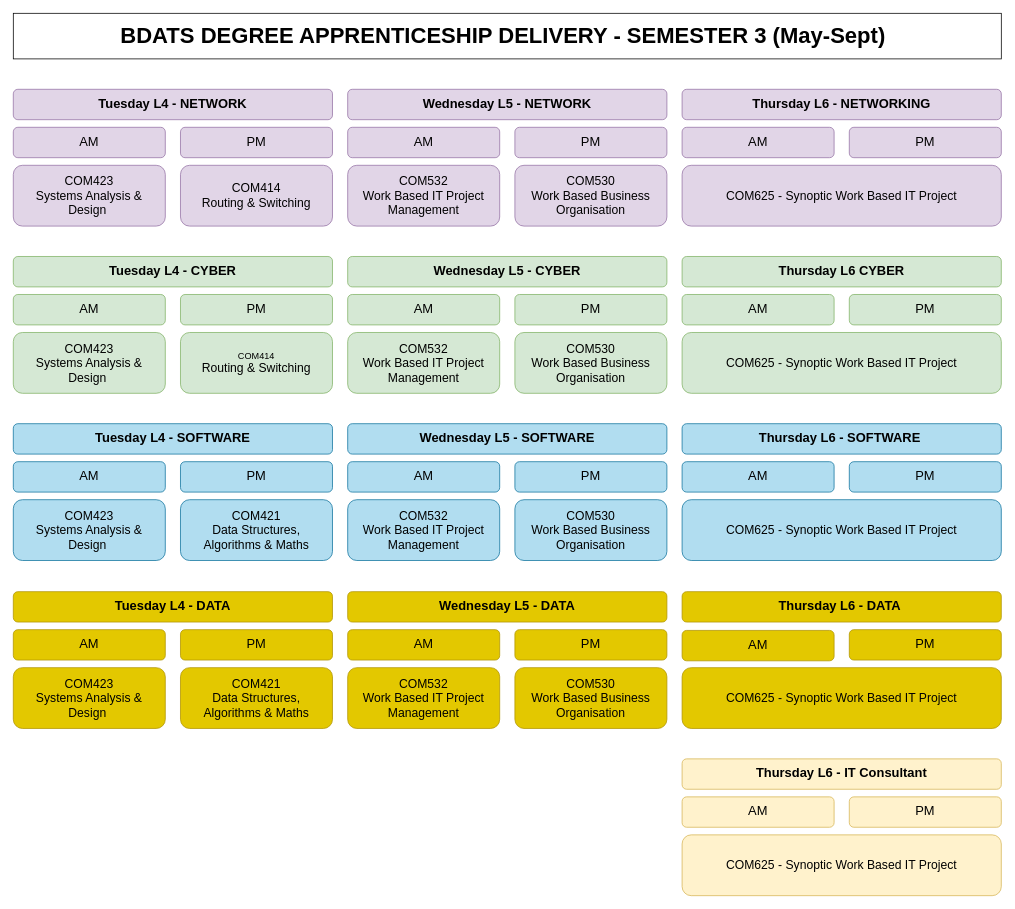
Above: page "BDATS - SEM 3" (1 of 4) of BDATS_SEM_1_2023-24.drawio in martinsolent/solent_diagrams (draw.io), before the change. Source tidied: cells renumbered, new cells numbered last; positions are measured from the earlier drawing's top-left corner, leaving out a move shared by most shapes. Both pictures are drawn from the tidied source at 76%, with x=0, y=0 at pixel (13, 13).
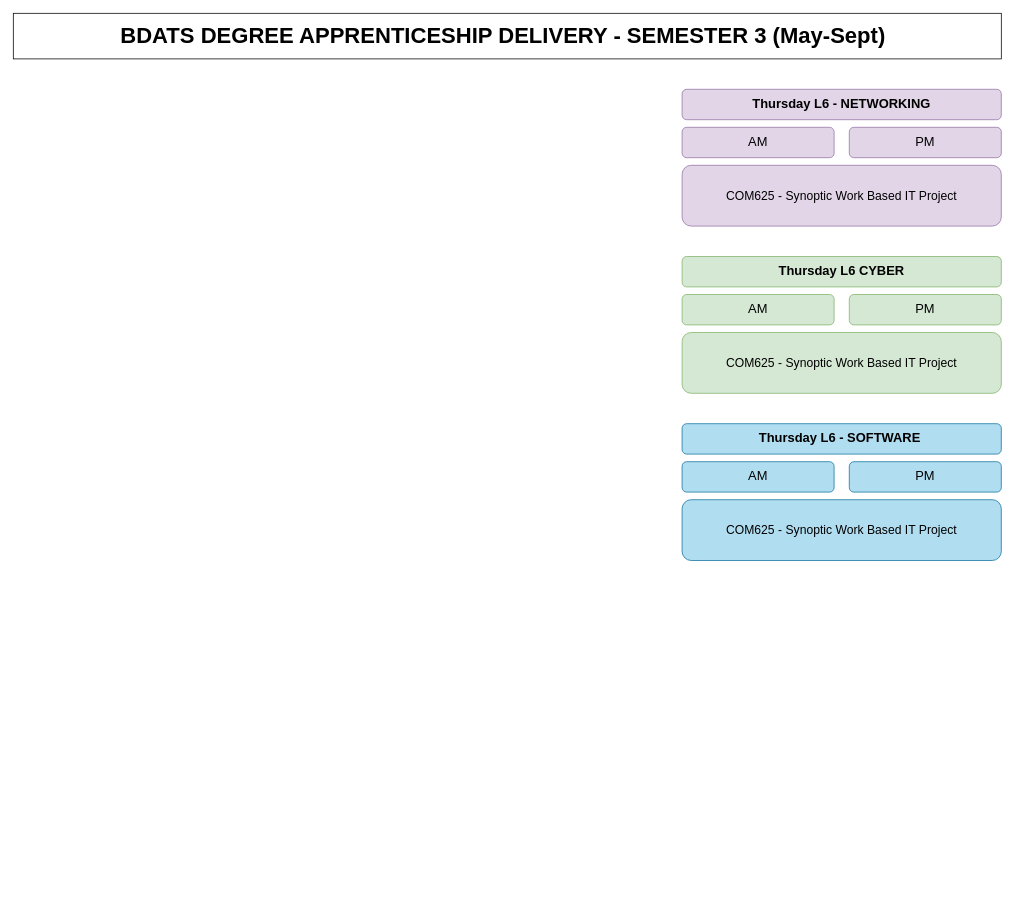
The same page after the edit.

What changed in the source:
```diff
@@
-    <mxCell id="2" value="&lt;font style=&quot;font-size: 17px;&quot;&gt;&lt;b&gt;Wednesday L5 - NETWORK&lt;/b&gt;&lt;/font&gt;" style="rounded=1;whiteSpace=wrap;html=1;fillColor=#e1d5e7;strokeColor=#9673a6;" parent="1" vertex="1">
-      <mxGeometry x="440" y="100" width="420" height="40" as="geometry" />
-    </mxCell>
-    <mxCell id="3" value="&lt;font style=&quot;font-size: 16px;&quot;&gt;COM532&lt;br&gt;Work Based IT Project Management&lt;span style=&quot;font-size: 16px&quot;&gt;&lt;br&gt;&lt;/span&gt;&lt;/font&gt;" style="rounded=1;whiteSpace=wrap;html=1;fillColor=#e1d5e7;strokeColor=#9673a6;" parent="1" vertex="1">
-      <mxGeometry x="440" y="200" width="200" height="80" as="geometry" />
-    </mxCell>
-    <mxCell id="4" value="&lt;font style=&quot;font-size: 16px;&quot;&gt;COM530&lt;br&gt;Work Based Business Organisation&lt;/font&gt;" style="rounded=1;whiteSpace=wrap;html=1;fillColor=#e1d5e7;strokeColor=#9673a6;" parent="1" vertex="1">
-      <mxGeometry x="660" y="200" width="200" height="80" as="geometry" />
-    </mxCell>
-    <mxCell id="5" value="&lt;font style=&quot;font-size: 17px;&quot;&gt;PM&lt;/font&gt;" style="rounded=1;whiteSpace=wrap;html=1;fillColor=#e1d5e7;strokeColor=#9673a6;" parent="1" vertex="1">
-      <mxGeometry x="660" y="150" width="200" height="40" as="geometry" />
-    </mxCell>
-    <mxCell id="6" value="&lt;font style=&quot;font-size: 17px;&quot;&gt;AM&lt;/font&gt;" style="rounded=1;whiteSpace=wrap;html=1;fillColor=#e1d5e7;strokeColor=#9673a6;" parent="1" vertex="1">
-      <mxGeometry x="440" y="150" width="200" height="40" as="geometry" />
-    </mxCell>
-    <mxCell id="7" value="&lt;font style=&quot;font-size: 17px;&quot;&gt;&lt;b&gt;Wednesday L5 - CYBER&lt;/b&gt;&lt;/font&gt;" style="rounded=1;whiteSpace=wrap;html=1;fillColor=#d5e8d4;strokeColor=#82b366;" parent="1" vertex="1">
-      <mxGeometry x="440" y="320" width="420" height="40" as="geometry" />
-    </mxCell>
-    <mxCell id="8" value="&lt;font style=&quot;font-size: 16px;&quot;&gt;COM532&lt;br style=&quot;border-color: var(--border-color);&quot;&gt;Work Based IT Project Management&lt;span style=&quot;font-size: 16px&quot;&gt;&lt;br&gt;&lt;/span&gt;&lt;/font&gt;" style="rounded=1;whiteSpace=wrap;html=1;fillColor=#d5e8d4;strokeColor=#82b366;" parent="1" vertex="1">
-      <mxGeometry x="440" y="420" width="200" height="80" as="geometry" />
-    </mxCell>
-    <mxCell id="9" value="&lt;font style=&quot;font-size: 16px;&quot;&gt;COM530&lt;br style=&quot;border-color: var(--border-color);&quot;&gt;Work Based Business Organisation&lt;/font&gt;" style="rounded=1;whiteSpace=wrap;html=1;fillColor=#d5e8d4;strokeColor=#82b366;" parent="1" vertex="1">
-      <mxGeometry x="660" y="420" width="200" height="80" as="geometry" />
-    </mxCell>
-    <mxCell id="10" value="&lt;font style=&quot;font-size: 17px;&quot;&gt;PM&lt;/font&gt;" style="rounded=1;whiteSpace=wrap;html=1;fillColor=#d5e8d4;strokeColor=#82b366;" parent="1" vertex="1">
-      <mxGeometry x="660" y="370" width="200" height="40" as="geometry" />
-    </mxCell>
-    <mxCell id="11" value="&lt;font style=&quot;font-size: 17px;&quot;&gt;AM&lt;/font&gt;" style="rounded=1;whiteSpace=wrap;html=1;fillColor=#d5e8d4;strokeColor=#82b366;" parent="1" vertex="1">
-      <mxGeometry x="440" y="370" width="200" height="40" as="geometry" />
-    </mxCell>
-    <mxCell id="12" value="&lt;font style=&quot;font-size: 17px;&quot;&gt;&lt;b&gt;Wednesday L5 - SOFTWARE&lt;/b&gt;&lt;/font&gt;" style="rounded=1;whiteSpace=wrap;html=1;fillColor=#b1ddf0;strokeColor=#10739e;" parent="1" vertex="1">
-      <mxGeometry x="440" y="540" width="420" height="40" as="geometry" />
-    </mxCell>
-    <mxCell id="13" value="&lt;font style=&quot;font-size: 16px;&quot;&gt;COM532&lt;br style=&quot;border-color: var(--border-color);&quot;&gt;Work Based IT Project Management&lt;span style=&quot;font-size: 16px&quot;&gt;&lt;br&gt;&lt;/span&gt;&lt;/font&gt;" style="rounded=1;whiteSpace=wrap;html=1;fillColor=#b1ddf0;strokeColor=#10739e;" parent="1" vertex="1">
-      <mxGeometry x="440" y="640" width="200" height="80" as="geometry" />
-    </mxCell>
-    <mxCell id="14" value="&lt;font style=&quot;font-size: 16px;&quot;&gt;COM530&lt;br style=&quot;border-color: var(--border-color);&quot;&gt;Work Based Business Organisation&lt;/font&gt;" style="rounded=1;whiteSpace=wrap;html=1;fillColor=#b1ddf0;strokeColor=#10739e;" parent="1" vertex="1">
-      <mxGeometry x="660" y="640" width="200" height="80" as="geometry" />
-    </mxCell>
-    <mxCell id="15" value="&lt;font style=&quot;font-size: 17px;&quot;&gt;PM&lt;/font&gt;" style="rounded=1;whiteSpace=wrap;html=1;fillColor=#b1ddf0;strokeColor=#10739e;" parent="1" vertex="1">
-      <mxGeometry x="660" y="590" width="200" height="40" as="geometry" />
-    </mxCell>
-    <mxCell id="16" value="&lt;font style=&quot;font-size: 17px;&quot;&gt;AM&lt;/font&gt;" style="rounded=1;whiteSpace=wrap;html=1;fillColor=#b1ddf0;strokeColor=#10739e;" parent="1" vertex="1">
-      <mxGeometry x="440" y="590" width="200" height="40" as="geometry" />
-    </mxCell>
-    <mxCell id="17" value="&lt;font style=&quot;font-size: 17px;&quot;&gt;&lt;b&gt;Wednesday L5 - DATA&lt;/b&gt;&lt;/font&gt;" style="rounded=1;whiteSpace=wrap;html=1;fillColor=#e3c800;strokeColor=#B09500;fontColor=#000000;" parent="1" vertex="1">
-      <mxGeometry x="440" y="761" width="420" height="40" as="geometry" />
-    </mxCell>
-    <mxCell id="18" value="&lt;font style=&quot;font-size: 16px;&quot;&gt;COM532&lt;br style=&quot;border-color: var(--border-color);&quot;&gt;Work Based IT Project Management&lt;span style=&quot;font-size: 16px&quot;&gt;&lt;br&gt;&lt;/span&gt;&lt;/font&gt;" style="rounded=1;whiteSpace=wrap;html=1;fillColor=#e3c800;strokeColor=#B09500;fontColor=#000000;" parent="1" vertex="1">
-      <mxGeometry x="440" y="861" width="200" height="80" as="geometry" />
-    </mxCell>
-    <mxCell id="19" value="&lt;font style=&quot;font-size: 16px;&quot;&gt;COM530&lt;br style=&quot;border-color: var(--border-color);&quot;&gt;Work Based Business Organisation&lt;/font&gt;" style="rounded=1;whiteSpace=wrap;html=1;fillColor=#e3c800;strokeColor=#B09500;fontColor=#000000;" parent="1" vertex="1">
-      <mxGeometry x="660" y="861" width="200" height="80" as="geometry" />
-    </mxCell>
-    <mxCell id="20" value="&lt;font style=&quot;font-size: 17px;&quot;&gt;PM&lt;/font&gt;" style="rounded=1;whiteSpace=wrap;html=1;fillColor=#e3c800;strokeColor=#B09500;fontColor=#000000;" parent="1" vertex="1">
-      <mxGeometry x="660" y="811" width="200" height="40" as="geometry" />
-    </mxCell>
-    <mxCell id="21" value="&lt;font style=&quot;font-size: 17px;&quot;&gt;AM&lt;/font&gt;" style="rounded=1;whiteSpace=wrap;html=1;fillColor=#e3c800;strokeColor=#B09500;fontColor=#000000;" parent="1" vertex="1">
-      <mxGeometry x="440" y="811" width="200" height="40" as="geometry" />
-    </mxCell>
@@
-    <mxCell id="30" value="&lt;font style=&quot;font-size: 17px&quot;&gt;&lt;b&gt;Thursday L6 - DATA&amp;nbsp;&lt;/b&gt;&lt;/font&gt;" style="rounded=1;whiteSpace=wrap;html=1;fillColor=#e3c800;strokeColor=#B09500;fontColor=#000000;" parent="1" vertex="1">
-      <mxGeometry x="880" y="761" width="420" height="40" as="geometry" />
-    </mxCell>
-    <mxCell id="31" value="&lt;font style=&quot;&quot;&gt;&lt;font style=&quot;font-size: 16px;&quot;&gt;COM625 - Synoptic Work Based IT Project&lt;/font&gt;&lt;br&gt;&lt;/font&gt;" style="rounded=1;whiteSpace=wrap;html=1;fillColor=#e3c800;strokeColor=#B09500;fontColor=#000000;" parent="1" vertex="1">
-      <mxGeometry x="880" y="861" width="420" height="80" as="geometry" />
-    </mxCell>
-    <mxCell id="32" value="&lt;font style=&quot;font-size: 17px;&quot;&gt;PM&lt;/font&gt;" style="rounded=1;whiteSpace=wrap;html=1;fillColor=#e3c800;strokeColor=#B09500;fontColor=#000000;" parent="1" vertex="1">
-      <mxGeometry x="1100" y="811" width="200" height="40" as="geometry" />
-    </mxCell>
-    <mxCell id="33" value="&lt;font style=&quot;font-size: 17px;&quot;&gt;AM&lt;/font&gt;" style="rounded=1;whiteSpace=wrap;html=1;fillColor=#e3c800;strokeColor=#B09500;fontColor=#000000;" parent="1" vertex="1">
-      <mxGeometry x="880" y="812" width="200" height="40" as="geometry" />
-    </mxCell>
@@
-    <mxCell id="38" value="&lt;font style=&quot;font-size: 17px;&quot;&gt;&lt;b&gt;&lt;font style=&quot;font-size: 17px;&quot;&gt;Thursday L6 -&amp;nbsp;&lt;/font&gt;IT Consultant &lt;/b&gt;&lt;/font&gt;" style="rounded=1;whiteSpace=wrap;html=1;fillColor=#fff2cc;strokeColor=#d6b656;" parent="1" vertex="1">
-      <mxGeometry x="880" y="981" width="420" height="40" as="geometry" />
-    </mxCell>
-    <mxCell id="39" value="&lt;font style=&quot;&quot;&gt;&lt;font style=&quot;font-size: 16px;&quot;&gt;COM625 - Synoptic Work Based IT Project&lt;/font&gt;&lt;span style=&quot;font-size: 16px;&quot;&gt;&lt;br&gt;&lt;/span&gt;&lt;/font&gt;" style="rounded=1;whiteSpace=wrap;html=1;fillColor=#fff2cc;strokeColor=#d6b656;" parent="1" vertex="1">
-      <mxGeometry x="880" y="1081" width="420" height="80" as="geometry" />
-    </mxCell>
-    <mxCell id="40" value="&lt;font style=&quot;font-size: 17px;&quot;&gt;PM&lt;/font&gt;" style="rounded=1;whiteSpace=wrap;html=1;fillColor=#fff2cc;strokeColor=#d6b656;" parent="1" vertex="1">
-      <mxGeometry x="1100" y="1031" width="200" height="40" as="geometry" />
-    </mxCell>
-    <mxCell id="41" value="&lt;font style=&quot;font-size: 17px;&quot;&gt;AM&lt;/font&gt;" style="rounded=1;whiteSpace=wrap;html=1;fillColor=#fff2cc;strokeColor=#d6b656;" parent="1" vertex="1">
-      <mxGeometry x="880" y="1031" width="200" height="40" as="geometry" />
-    </mxCell>
@@
-    <mxCell id="44" value="&lt;font style=&quot;font-size: 17px;&quot;&gt;&lt;b&gt;Tuesday L4 - NETWORK&lt;/b&gt;&lt;/font&gt;" style="rounded=1;whiteSpace=wrap;html=1;fillColor=#e1d5e7;strokeColor=#9673a6;" parent="1" vertex="1">
-      <mxGeometry y="100" width="420" height="40" as="geometry" />
-    </mxCell>
-    <mxCell id="45" value="&lt;font style=&quot;font-size: 16px;&quot;&gt;COM423&lt;br&gt;Systems Analysis &amp;amp; Design&amp;nbsp;&lt;span style=&quot;font-size: 16px&quot;&gt;&lt;br&gt;&lt;/span&gt;&lt;/font&gt;" style="rounded=1;whiteSpace=wrap;html=1;fillColor=#e1d5e7;strokeColor=#9673a6;" parent="1" vertex="1">
-      <mxGeometry y="200" width="200" height="80" as="geometry" />
-    </mxCell>
-    <mxCell id="46" value="&lt;font style=&quot;font-size: 16px;&quot;&gt;COM414&lt;br&gt;Routing &amp;amp; Switching&lt;/font&gt;" style="rounded=1;whiteSpace=wrap;html=1;fillColor=#e1d5e7;strokeColor=#9673a6;" parent="1" vertex="1">
-      <mxGeometry x="220" y="200" width="200" height="80" as="geometry" />
-    </mxCell>
-    <mxCell id="47" value="&lt;font style=&quot;font-size: 17px;&quot;&gt;PM&lt;/font&gt;" style="rounded=1;whiteSpace=wrap;html=1;fillColor=#e1d5e7;strokeColor=#9673a6;" parent="1" vertex="1">
-      <mxGeometry x="220" y="150" width="200" height="40" as="geometry" />
-    </mxCell>
-    <mxCell id="48" value="&lt;font style=&quot;font-size: 17px;&quot;&gt;AM&lt;/font&gt;" style="rounded=1;whiteSpace=wrap;html=1;fillColor=#e1d5e7;strokeColor=#9673a6;" parent="1" vertex="1">
-      <mxGeometry y="150" width="200" height="40" as="geometry" />
-    </mxCell>
-    <mxCell id="49" value="&lt;font style=&quot;font-size: 17px;&quot;&gt;&lt;b style=&quot;border-color: var(--border-color);&quot;&gt;Tuesday&lt;/b&gt;&lt;b&gt;&amp;nbsp;L4 - CYBER&lt;/b&gt;&lt;/font&gt;" style="rounded=1;whiteSpace=wrap;html=1;fillColor=#d5e8d4;strokeColor=#82b366;" parent="1" vertex="1">
-      <mxGeometry y="320" width="420" height="40" as="geometry" />
-    </mxCell>
-    <mxCell id="50" value="&lt;font style=&quot;font-size: 16px;&quot;&gt;COM423&lt;br style=&quot;border-color: var(--border-color);&quot;&gt;Systems Analysis &amp;amp; Design&amp;nbsp;&lt;span style=&quot;font-size: 16px&quot;&gt;&lt;br&gt;&lt;/span&gt;&lt;/font&gt;" style="rounded=1;whiteSpace=wrap;html=1;fillColor=#d5e8d4;strokeColor=#82b366;" parent="1" vertex="1">
-      <mxGeometry y="420" width="200" height="80" as="geometry" />
-    </mxCell>
-    <mxCell id="51" value="COM414&lt;br style=&quot;border-color: var(--border-color); font-size: 16px;&quot;&gt;&lt;span style=&quot;font-size: 16px;&quot;&gt;Routing &amp;amp; Switching&lt;/span&gt;" style="rounded=1;whiteSpace=wrap;html=1;fillColor=#d5e8d4;strokeColor=#82b366;" parent="1" vertex="1">
-      <mxGeometry x="220" y="420" width="200" height="80" as="geometry" />
-    </mxCell>
-    <mxCell id="52" value="&lt;font style=&quot;font-size: 17px;&quot;&gt;PM&lt;/font&gt;" style="rounded=1;whiteSpace=wrap;html=1;fillColor=#d5e8d4;strokeColor=#82b366;" parent="1" vertex="1">
-      <mxGeometry x="220" y="370" width="200" height="40" as="geometry" />
-    </mxCell>
-    <mxCell id="53" value="&lt;font style=&quot;font-size: 17px;&quot;&gt;AM&lt;/font&gt;" style="rounded=1;whiteSpace=wrap;html=1;fillColor=#d5e8d4;strokeColor=#82b366;" parent="1" vertex="1">
-      <mxGeometry y="370" width="200" height="40" as="geometry" />
-    </mxCell>
-    <mxCell id="54" value="&lt;font style=&quot;font-size: 17px;&quot;&gt;&lt;b style=&quot;border-color: var(--border-color);&quot;&gt;Tuesday&lt;/b&gt;&lt;b&gt;&amp;nbsp;L4 - SOFTWARE&lt;/b&gt;&lt;/font&gt;" style="rounded=1;whiteSpace=wrap;html=1;fillColor=#b1ddf0;strokeColor=#10739e;" parent="1" vertex="1">
-      <mxGeometry y="540" width="420" height="40" as="geometry" />
-    </mxCell>
-    <mxCell id="55" value="&lt;font style=&quot;font-size: 16px;&quot;&gt;COM423&lt;br style=&quot;border-color: var(--border-color);&quot;&gt;Systems Analysis &amp;amp; Design&amp;nbsp;&lt;span style=&quot;font-size: 16px&quot;&gt;&lt;br&gt;&lt;/span&gt;&lt;/font&gt;" style="rounded=1;whiteSpace=wrap;html=1;fillColor=#b1ddf0;strokeColor=#10739e;" parent="1" vertex="1">
-      <mxGeometry y="640" width="200" height="80" as="geometry" />
-    </mxCell>
-    <mxCell id="56" value="&lt;font style=&quot;font-size: 16px;&quot;&gt;COM421&lt;br&gt;Data Structures, &lt;br&gt;Algorithms &amp;amp; Maths&lt;/font&gt;" style="rounded=1;whiteSpace=wrap;html=1;fillColor=#b1ddf0;strokeColor=#10739e;" parent="1" vertex="1">
-      <mxGeometry x="220" y="640" width="200" height="80" as="geometry" />
-    </mxCell>
-    <mxCell id="57" value="&lt;font style=&quot;font-size: 17px;&quot;&gt;PM&lt;/font&gt;" style="rounded=1;whiteSpace=wrap;html=1;fillColor=#b1ddf0;strokeColor=#10739e;" parent="1" vertex="1">
-      <mxGeometry x="220" y="590" width="200" height="40" as="geometry" />
-    </mxCell>
-    <mxCell id="58" value="&lt;font style=&quot;font-size: 17px;&quot;&gt;AM&lt;/font&gt;" style="rounded=1;whiteSpace=wrap;html=1;fillColor=#b1ddf0;strokeColor=#10739e;" parent="1" vertex="1">
-      <mxGeometry y="590" width="200" height="40" as="geometry" />
-    </mxCell>
-    <mxCell id="59" value="&lt;font style=&quot;font-size: 17px;&quot;&gt;&lt;b style=&quot;border-color: var(--border-color);&quot;&gt;Tuesday&lt;/b&gt;&lt;b&gt;&amp;nbsp;L4 - DATA&lt;/b&gt;&lt;/font&gt;" style="rounded=1;whiteSpace=wrap;html=1;fillColor=#e3c800;strokeColor=#B09500;fontColor=#000000;" parent="1" vertex="1">
-      <mxGeometry y="761" width="420" height="40" as="geometry" />
-    </mxCell>
-    <mxCell id="60" value="&lt;font style=&quot;font-size: 16px;&quot;&gt;COM423&lt;br style=&quot;border-color: var(--border-color);&quot;&gt;Systems Analysis &amp;amp; Design&amp;nbsp;&lt;span style=&quot;font-size: 16px&quot;&gt;&lt;br&gt;&lt;/span&gt;&lt;/font&gt;" style="rounded=1;whiteSpace=wrap;html=1;fillColor=#e3c800;strokeColor=#B09500;fontColor=#000000;" parent="1" vertex="1">
-      <mxGeometry y="861" width="200" height="80" as="geometry" />
-    </mxCell>
-    <mxCell id="61" value="&lt;font style=&quot;font-size: 16px;&quot;&gt;COM421&lt;br style=&quot;border-color: var(--border-color);&quot;&gt;Data Structures,&lt;br style=&quot;border-color: var(--border-color);&quot;&gt;Algorithms &amp;amp; Maths&lt;/font&gt;" style="rounded=1;whiteSpace=wrap;html=1;fillColor=#e3c800;strokeColor=#B09500;fontColor=#000000;" parent="1" vertex="1">
-      <mxGeometry x="220" y="861" width="200" height="80" as="geometry" />
-    </mxCell>
-    <mxCell id="62" value="&lt;font style=&quot;font-size: 17px;&quot;&gt;PM&lt;/font&gt;" style="rounded=1;whiteSpace=wrap;html=1;fillColor=#e3c800;strokeColor=#B09500;fontColor=#000000;" parent="1" vertex="1">
-      <mxGeometry x="220" y="811" width="200" height="40" as="geometry" />
-    </mxCell>
-    <mxCell id="63" value="&lt;font style=&quot;font-size: 17px;&quot;&gt;AM&lt;/font&gt;" style="rounded=1;whiteSpace=wrap;html=1;fillColor=#e3c800;strokeColor=#B09500;fontColor=#000000;" parent="1" vertex="1">
-      <mxGeometry y="811" width="200" height="40" as="geometry" />
-    </mxCell>
```
